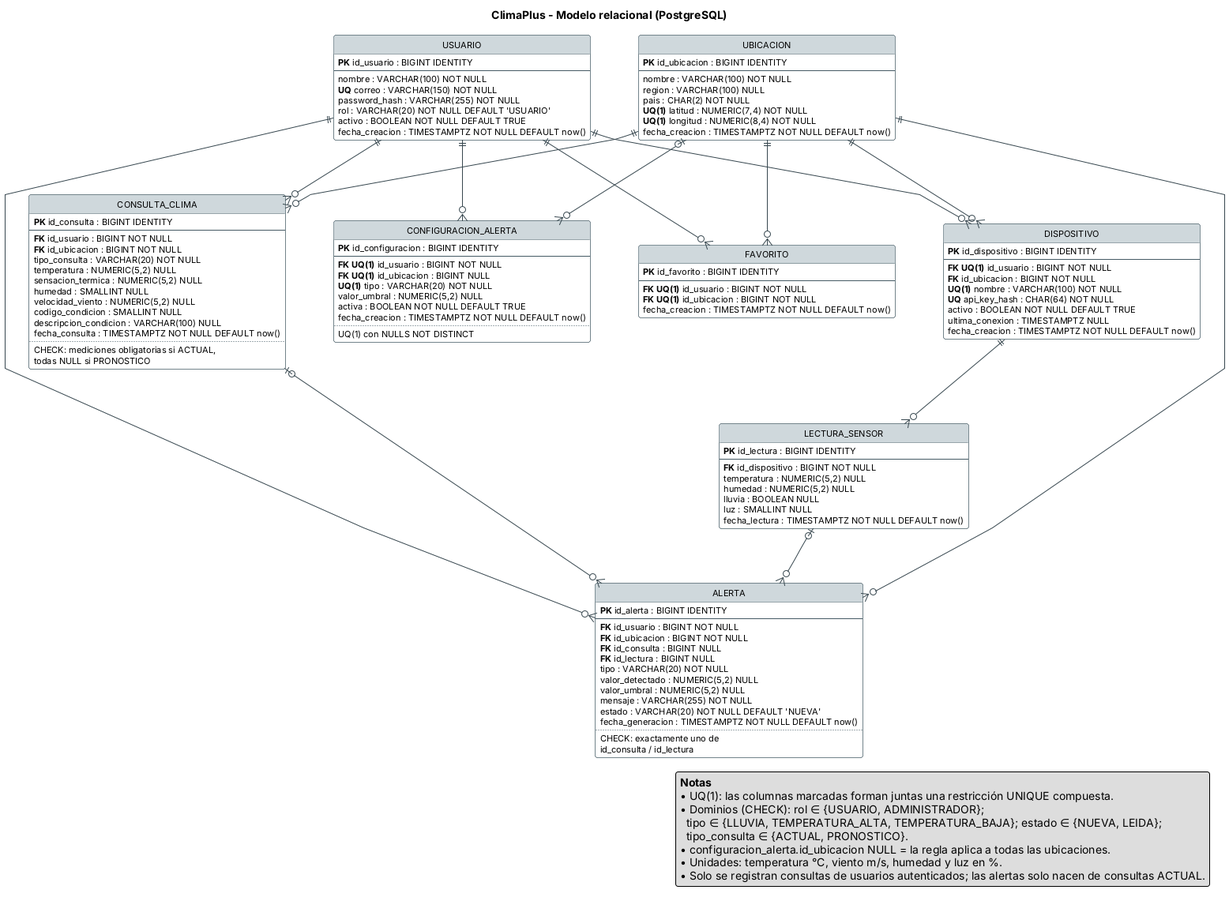
The PlantUML diagram docs/base-datos/modelo-relacional.png in achenx-arch/ClimaPlus, before a commit. The source it was exported from:
```plantuml
@startuml modelo-relacional

hide circle
hide empty methods
skinparam shadowing false
skinparam defaultFontName Arial
skinparam defaultFontSize 11
skinparam linetype polyline
skinparam roundCorner 6
skinparam nodesep 60
skinparam ranksep 70
skinparam ArrowColor #37474F

skinparam class {
  BackgroundColor #FFFFFF
  BorderColor #455A64
  HeaderBackgroundColor #CFD8DC
}

title ClimaPlus - Modelo relacional (PostgreSQL)

entity "USUARIO" as usuario {
  <b>PK</b> id_usuario : BIGINT IDENTITY
  --
  nombre : VARCHAR(100) NOT NULL
  <b>UQ</b> correo : VARCHAR(150) NOT NULL
  password_hash : VARCHAR(255) NOT NULL
  rol : VARCHAR(20) NOT NULL DEFAULT 'USUARIO'
  activo : BOOLEAN NOT NULL DEFAULT TRUE
  fecha_creacion : TIMESTAMPTZ NOT NULL DEFAULT now()
}

entity "UBICACION" as ubicacion {
  <b>PK</b> id_ubicacion : BIGINT IDENTITY
  --
  nombre : VARCHAR(100) NOT NULL
  region : VARCHAR(100) NULL
  pais : CHAR(2) NOT NULL
  <b>UQ(1)</b> latitud : NUMERIC(7,4) NOT NULL
  <b>UQ(1)</b> longitud : NUMERIC(8,4) NOT NULL
  fecha_creacion : TIMESTAMPTZ NOT NULL DEFAULT now()
}

entity "FAVORITO" as favorito {
  <b>PK</b> id_favorito : BIGINT IDENTITY
  --
  <b>FK UQ(1)</b> id_usuario : BIGINT NOT NULL
  <b>FK UQ(1)</b> id_ubicacion : BIGINT NOT NULL
  fecha_creacion : TIMESTAMPTZ NOT NULL DEFAULT now()
}

entity "CONFIGURACION_ALERTA" as configuracion_alerta {
  <b>PK</b> id_configuracion : BIGINT IDENTITY
  --
  <b>FK UQ(1)</b> id_usuario : BIGINT NOT NULL
  <b>FK UQ(1)</b> id_ubicacion : BIGINT NULL
  <b>UQ(1)</b> tipo : VARCHAR(20) NOT NULL
  valor_umbral : NUMERIC(5,2) NULL
  activa : BOOLEAN NOT NULL DEFAULT TRUE
  fecha_creacion : TIMESTAMPTZ NOT NULL DEFAULT now()
  ..
  UQ(1) con NULLS NOT DISTINCT
}

entity "CONSULTA_CLIMA" as consulta_clima {
  <b>PK</b> id_consulta : BIGINT IDENTITY
  --
  <b>FK</b> id_usuario : BIGINT NOT NULL
  <b>FK</b> id_ubicacion : BIGINT NOT NULL
  tipo_consulta : VARCHAR(20) NOT NULL
  temperatura : NUMERIC(5,2) NULL
  sensacion_termica : NUMERIC(5,2) NULL
  humedad : SMALLINT NULL
  velocidad_viento : NUMERIC(5,2) NULL
  codigo_condicion : SMALLINT NULL
  descripcion_condicion : VARCHAR(100) NULL
  fecha_consulta : TIMESTAMPTZ NOT NULL DEFAULT now()
  ..
  CHECK: mediciones obligatorias si ACTUAL,
  todas NULL si PRONOSTICO
}

entity "DISPOSITIVO" as dispositivo {
  <b>PK</b> id_dispositivo : BIGINT IDENTITY
  --
  <b>FK UQ(1)</b> id_usuario : BIGINT NOT NULL
  <b>FK</b> id_ubicacion : BIGINT NOT NULL
  <b>UQ(1)</b> nombre : VARCHAR(100) NOT NULL
  <b>UQ</b> api_key_hash : CHAR(64) NOT NULL
  activo : BOOLEAN NOT NULL DEFAULT TRUE
  ultima_conexion : TIMESTAMPTZ NULL
  fecha_creacion : TIMESTAMPTZ NOT NULL DEFAULT now()
}

entity "LECTURA_SENSOR" as lectura_sensor {
  <b>PK</b> id_lectura : BIGINT IDENTITY
  --
  <b>FK</b> id_dispositivo : BIGINT NOT NULL
  temperatura : NUMERIC(5,2) NULL
  humedad : NUMERIC(5,2) NULL
  lluvia : BOOLEAN NULL
  luz : SMALLINT NULL
  fecha_lectura : TIMESTAMPTZ NOT NULL DEFAULT now()
}

entity "ALERTA" as alerta {
  <b>PK</b> id_alerta : BIGINT IDENTITY
  --
  <b>FK</b> id_usuario : BIGINT NOT NULL
  <b>FK</b> id_ubicacion : BIGINT NOT NULL
  <b>FK</b> id_consulta : BIGINT NULL
  <b>FK</b> id_lectura : BIGINT NULL
  tipo : VARCHAR(20) NOT NULL
  valor_detectado : NUMERIC(5,2) NULL
  valor_umbral : NUMERIC(5,2) NULL
  mensaje : VARCHAR(255) NOT NULL
  estado : VARCHAR(20) NOT NULL DEFAULT 'NUEVA'
  fecha_generacion : TIMESTAMPTZ NOT NULL DEFAULT now()
  ..
  CHECK: exactamente uno de
  id_consulta / id_lectura
}

usuario   ||--o{ favorito
ubicacion ||--o{ favorito

usuario   ||--o{ configuracion_alerta
ubicacion |o--o{ configuracion_alerta

usuario   ||--o{ dispositivo
ubicacion ||--o{ dispositivo

usuario   ||--o{ consulta_clima
ubicacion ||--o{ consulta_clima

dispositivo ||--o{ lectura_sensor

consulta_clima |o--o{ alerta
lectura_sensor |o--o{ alerta
usuario   ||--o{ alerta
ubicacion ||--o{ alerta

legend bottom right
  <b>Notas</b>
  • UQ(1): las columnas marcadas forman juntas una restricción UNIQUE compuesta.
  • Dominios (CHECK): rol ∈ {USUARIO, ADMINISTRADOR};
    tipo ∈ {LLUVIA, TEMPERATURA_ALTA, TEMPERATURA_BAJA}; estado ∈ {NUEVA, LEIDA};
    tipo_consulta ∈ {ACTUAL, PRONOSTICO}.
  • configuracion_alerta.id_ubicacion NULL = la regla aplica a todas las ubicaciones.
  • Unidades: temperatura °C, viento m/s, humedad y luz en %.
  • Solo se registran consultas de usuarios autenticados; las alertas solo nacen de consultas ACTUAL.
endlegend

@enduml
```
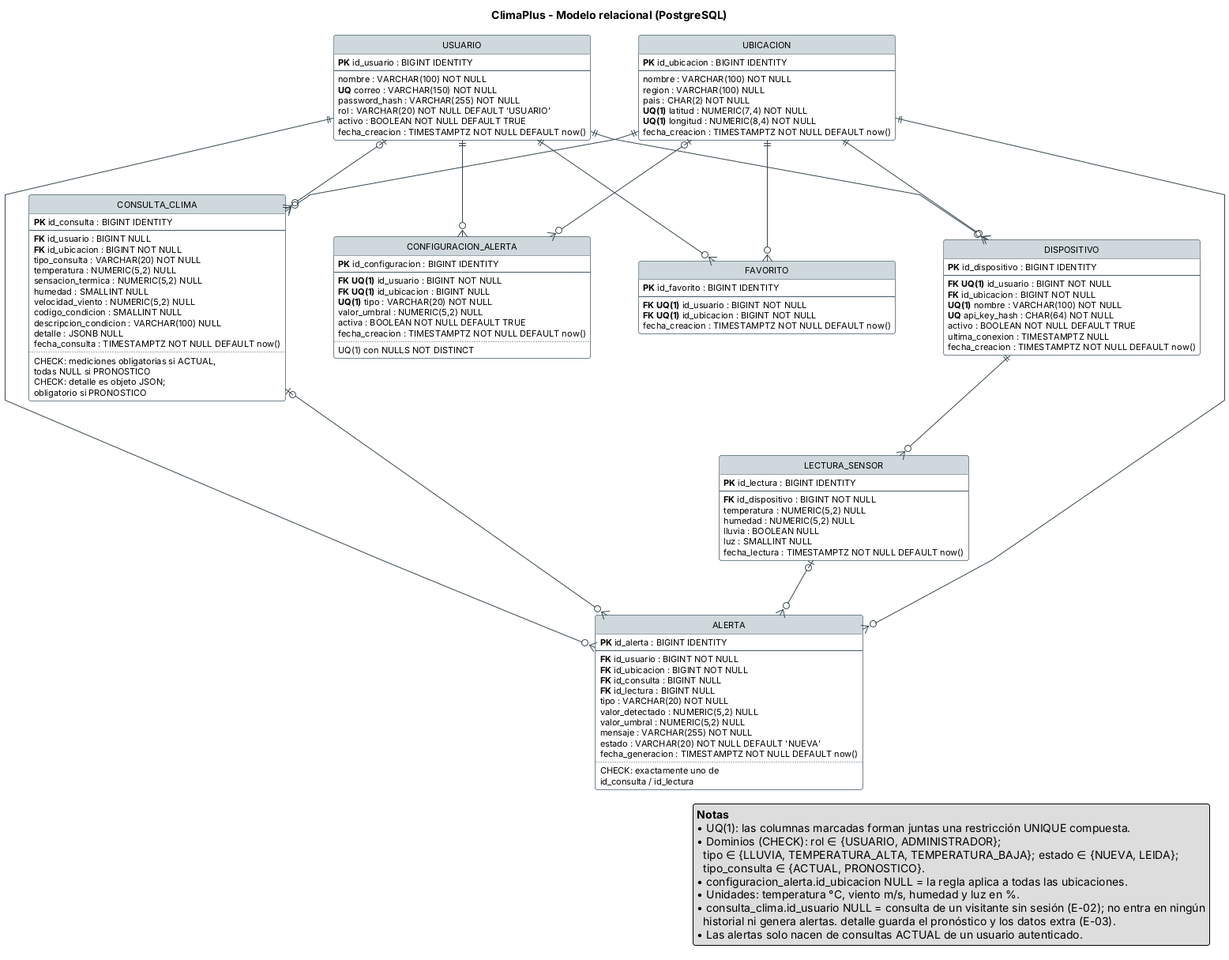
Later version of the same file.

What changed in the source:
```diff
@@ -65,7 +65,7 @@
 entity "CONSULTA_CLIMA" as consulta_clima {
   <b>PK</b> id_consulta : BIGINT IDENTITY
   --
-  <b>FK</b> id_usuario : BIGINT NOT NULL
+  <b>FK</b> id_usuario : BIGINT NULL
   <b>FK</b> id_ubicacion : BIGINT NOT NULL
   tipo_consulta : VARCHAR(20) NOT NULL
   temperatura : NUMERIC(5,2) NULL
@@ -74,10 +74,13 @@
   velocidad_viento : NUMERIC(5,2) NULL
   codigo_condicion : SMALLINT NULL
   descripcion_condicion : VARCHAR(100) NULL
+  detalle : JSONB NULL
   fecha_consulta : TIMESTAMPTZ NOT NULL DEFAULT now()
   ..
   CHECK: mediciones obligatorias si ACTUAL,
   todas NULL si PRONOSTICO
+  CHECK: detalle es objeto JSON;
+  obligatorio si PRONOSTICO
 }
 
 entity "DISPOSITIVO" as dispositivo {
@@ -130,7 +133,7 @@
 usuario   ||--o{ dispositivo
 ubicacion ||--o{ dispositivo
 
-usuario   ||--o{ consulta_clima
+usuario   |o--o{ consulta_clima
 ubicacion ||--o{ consulta_clima
 
 dispositivo ||--o{ lectura_sensor
@@ -148,7 +151,9 @@
     tipo_consulta ∈ {ACTUAL, PRONOSTICO}.
   • configuracion_alerta.id_ubicacion NULL = la regla aplica a todas las ubicaciones.
   • Unidades: temperatura °C, viento m/s, humedad y luz en %.
-  • Solo se registran consultas de usuarios autenticados; las alertas solo nacen de consultas ACTUAL.
+  • consulta_clima.id_usuario NULL = consulta de un visitante sin sesión (E-02); no entra en ningún
+    historial ni genera alertas. detalle guarda el pronóstico y los datos extra (E-03).
+  • Las alertas solo nacen de consultas ACTUAL de un usuario autenticado.
 endlegend
 
 @enduml
```
